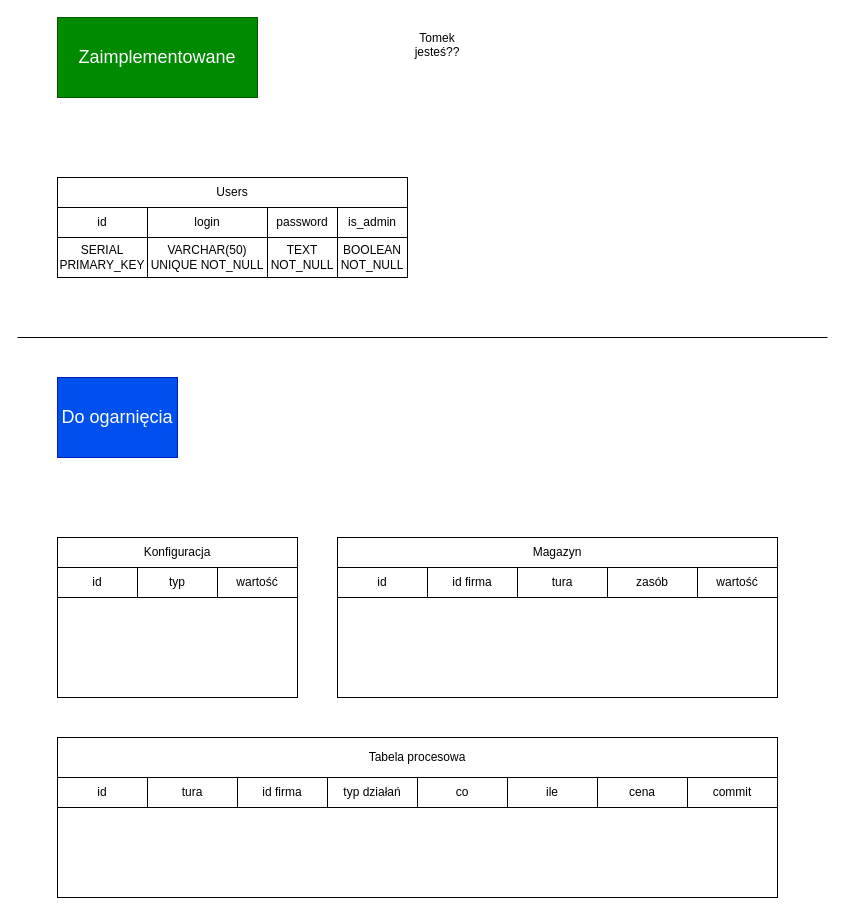
Earlier version of the draw.io diagram page "Struktura Bazy" (1 of 2) of DB_Structure.drawio (daedalus707/ProjektWD). Source tidied: cells renumbered, new cells numbered last; positions are measured from the earlier drawing's top-left corner, leaving out a move shared by most shapes. Both pictures are drawn from the tidied source at 100%, with x=0, y=0 at pixel (17, 17).
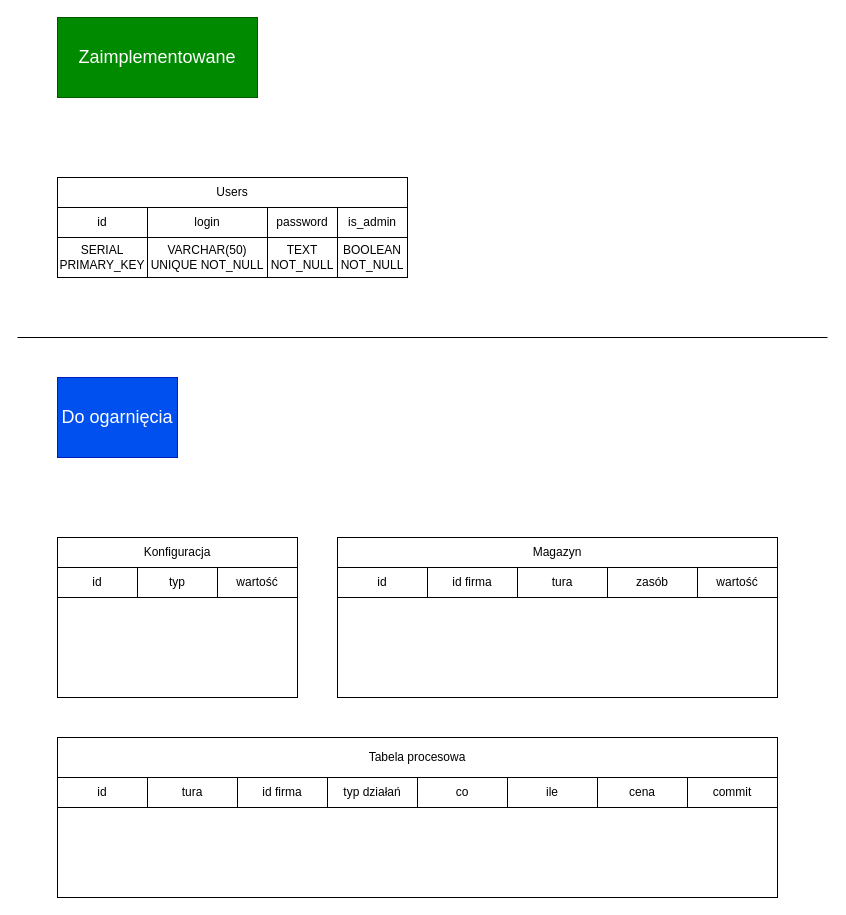
After the change.

Commit message:
Test - usuniecie komunikacji tomek

Change to the diagram source:
```diff
@@
-    <mxCell id="37" value="Tomek jesteś??&lt;div&gt;&lt;br&gt;&lt;/div&gt;" style="text;html=1;align=center;verticalAlign=middle;whiteSpace=wrap;rounded=0;" parent="1" vertex="1">
-      <mxGeometry x="390" y="20" width="60" height="30" as="geometry" />
-    </mxCell>
```
